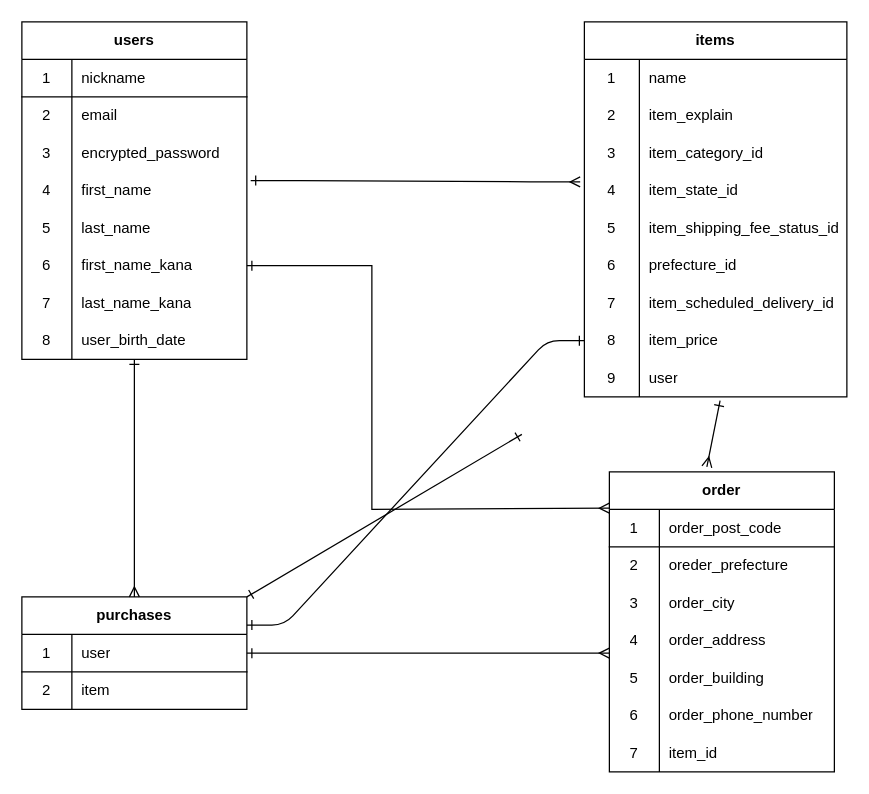
Earlier version of the draw.io diagram furima-34479.dio (fKyhi/furima-34479). Source tidied: cells renumbered, new cells numbered last; positions are measured from the earlier drawing's top-left corner, leaving out a move shared by most shapes. Both pictures are drawn from the tidied source at 125%, with x=0, y=0 at pixel (21, 21).
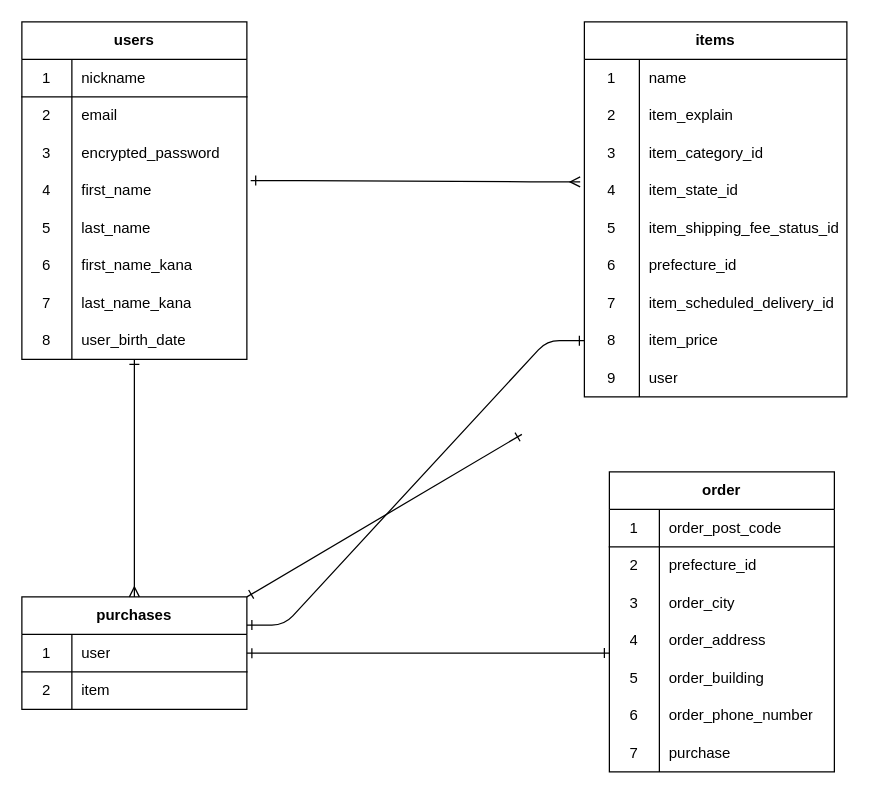
The same page after the edit.

Unchanged cells that the change refers to:
```xml
<mxCell id="18" style="shape=partialRectangle;html=1;whiteSpace=wrap;fillColor=none;top=0;left=0;bottom=0;right=0;points=[[0,0.5],[1,0.5]];portConstraint=eastwest;" parent="2" vertex="1">
  <mxGeometry y="180" width="180" height="30" as="geometry" />
</mxCell>
<mxCell id="52" style="shape=partialRectangle;html=1;whiteSpace=wrap;fillColor=none;top=0;left=0;bottom=0;right=0;points=[[0,0.5],[1,0.5]];portConstraint=eastwest;" parent="27" vertex="1">
  <mxGeometry y="270" width="210" height="30" as="geometry" />
</mxCell>
<mxCell id="57" style="shape=partialRectangle;html=1;whiteSpace=wrap;fillColor=none;top=0;left=0;bottom=1;right=0;points=[[0,0.5],[1,0.5]];portConstraint=eastwest;" parent="56" vertex="1">
  <mxGeometry y="30" width="180" height="30" as="geometry" />
</mxCell>
<mxCell id="68" style="shape=partialRectangle;html=1;whiteSpace=wrap;fillColor=none;top=0;left=0;bottom=0;right=0;" parent="64" vertex="1">
  <mxGeometry y="60" width="180" height="30" as="geometry" />
</mxCell>
<mxCell id="74" style="shape=partialRectangle;html=1;whiteSpace=wrap;fillColor=none;top=0;left=0;bottom=0;right=0;points=[[0,0.5],[1,0.5]];portConstraint=eastwest;" parent="64" vertex="1">
  <mxGeometry y="120" width="180" height="30" as="geometry" />
</mxCell>
<mxCell id="83" style="shape=partialRectangle;html=1;whiteSpace=wrap;fillColor=none;top=0;left=0;bottom=0;right=0;" parent="64" vertex="1">
  <mxGeometry y="210" width="180" height="30" as="geometry" />
</mxCell>
```

What changed in the source:
```diff
@@
-    <mxCell id="70" value="oreder_prefecture" style="shape=partialRectangle;html=1;whiteSpace=wrap;fillColor=none;top=0;left=0;bottom=0;right=0;align=left;spacingLeft=6;overflow=hidden;" parent="68" vertex="1">
+    <mxCell id="70" value="prefecture_id" style="shape=partialRectangle;html=1;whiteSpace=wrap;fillColor=none;top=0;left=0;bottom=0;right=0;align=left;spacingLeft=6;overflow=hidden;" parent="68" vertex="1">
       <mxGeometry x="40" width="140" height="30" as="geometry" />
     </mxCell>
@@
-    <mxCell id="85" value="item_id" style="shape=partialRectangle;html=1;whiteSpace=wrap;fillColor=none;top=0;left=0;bottom=0;right=0;align=left;spacingLeft=6;overflow=hidden;" parent="83" vertex="1">
+    <mxCell id="85" value="purchase" style="shape=partialRectangle;html=1;whiteSpace=wrap;fillColor=none;top=0;left=0;bottom=0;right=0;align=left;spacingLeft=6;overflow=hidden;" parent="83" vertex="1">
       <mxGeometry x="40" width="140" height="30" as="geometry" />
     </mxCell>
-    <mxCell id="86" style="endArrow=ERmany;html=1;rounded=0;fontSize=20;exitX=1;exitY=0.5;exitDx=0;exitDy=0;entryX=0;entryY=0.833;entryDx=0;entryDy=0;endFill=0;startArrow=ERone;startFill=0;entryPerimeter=0;" parent="1" edge="1" source="57" target="74">
+    <mxCell id="86" style="endArrow=ERone;html=1;rounded=0;fontSize=20;exitX=1;exitY=0.5;exitDx=0;exitDy=0;entryX=0;entryY=0.833;entryDx=0;entryDy=0;endFill=0;startArrow=ERone;startFill=0;entryPerimeter=0;" parent="1" edge="1" source="57" target="74">
       <mxGeometry relative="1" as="geometry" />
     </mxCell>
-    <mxCell id="87" style="endArrow=ERone;html=1;rounded=0;fontSize=20;entryX=0.517;entryY=1.1;entryDx=0;entryDy=0;entryPerimeter=0;startArrow=ERmany;startFill=0;endFill=0;" parent="1" edge="1" target="52">
-      <mxGeometry relative="1" as="geometry">
-        <mxPoint x="548" y="356" as="sourcePoint" />
-      </mxGeometry>
-    </mxCell>
-    <mxCell id="88" style="endArrow=ERmany;html=1;rounded=0;fontSize=20;endFill=0;startArrow=ERone;startFill=0;exitX=1;exitY=0.5;exitDx=0;exitDy=0;" parent="1" edge="1" source="18">
-      <mxGeometry relative="1" as="geometry">
-        <mxPoint x="470" y="389" as="targetPoint" />
-        <Array as="points">
-          <mxPoint x="280" y="195" />
-          <mxPoint x="280" y="390" />
-        </Array>
-      </mxGeometry>
-    </mxCell>
```
